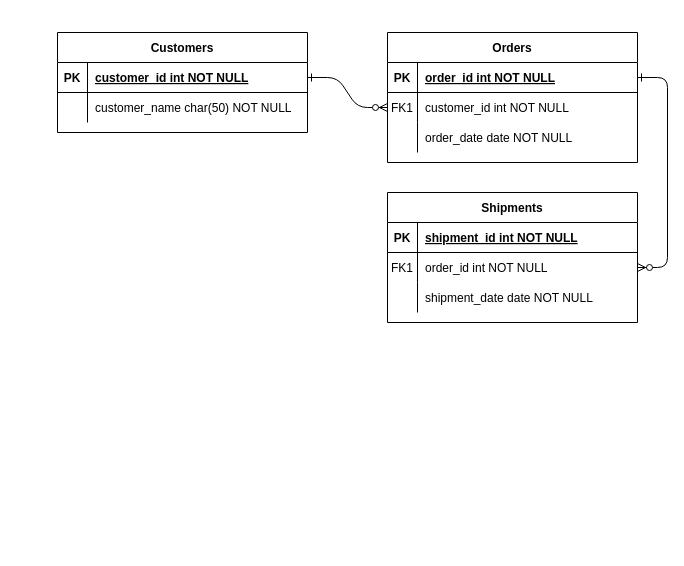
Before: domain_model.drawio in DAT250-Project-Groups-12-H2020/app-prototype, a draw.io diagram. Source tidied: cells renumbered, new cells numbered last; positions are measured from the earlier drawing's top-left corner, leaving out a move shared by most shapes. Both pictures are drawn from the tidied source at 100%, with x=0, y=0 at pixel (57, 32).
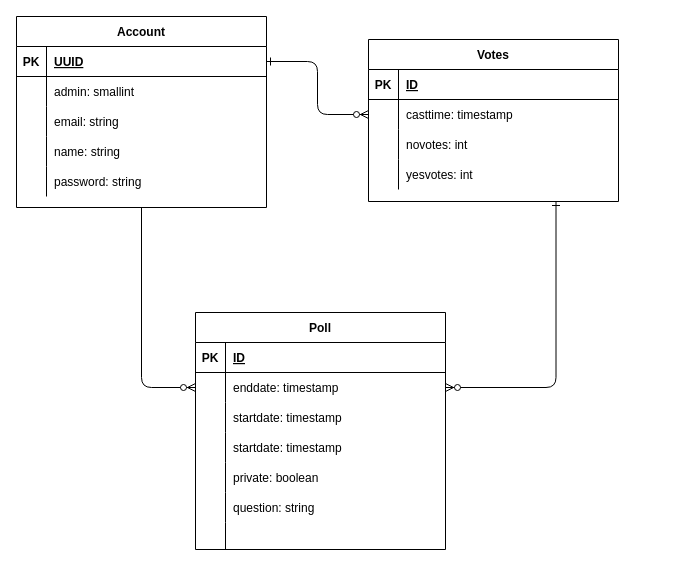
After the change.

The change refers to these unchanged cells:
```xml
<mxCell id="5" style="shape=partialRectangle;fillColor=none;points=[[0,0.5],[1,0.5]];portConstraint=eastwest;top=0;left=0;right=0;bottom=1;" parent="4" vertex="1">
  <mxGeometry y="30" width="250" height="30" as="geometry" />
</mxCell>
<mxCell id="8" style="shape=partialRectangle;fillColor=none;points=[[0,0.5],[1,0.5]];portConstraint=eastwest;top=0;left=0;right=0;bottom=0;" parent="4" vertex="1">
  <mxGeometry y="60" width="250" height="30" as="geometry" />
</mxCell>
<mxCell id="11" style="shape=partialRectangle;fillColor=none;top=0;left=0;right=0;bottom=0;" parent="4" vertex="1">
  <mxGeometry y="90" width="250" height="30" as="geometry" />
</mxCell>
<mxCell id="25" style="shape=partialRectangle;fillColor=none;points=[[0,0.5],[1,0.5]];portConstraint=eastwest;top=0;left=0;right=0;bottom=1;" parent="24" vertex="1">
  <mxGeometry y="30" width="250" height="30" as="geometry" />
</mxCell>
<mxCell id="28" style="shape=partialRectangle;fillColor=none;top=0;left=0;right=0;bottom=0;" parent="24" vertex="1">
  <mxGeometry y="60" width="250" height="30" as="geometry" />
</mxCell>
```

The edit, as a diff of the source:
```diff
@@
-    <mxCell id="2" style="edgeStyle=entityRelationEdgeStyle;endArrow=ERzeroToMany;startArrow=ERone;endFill=1;startFill=0;" parent="1" edge="1" source="25" target="8">
+    <mxCell id="2" style="edgeStyle=orthogonalEdgeStyle;endArrow=ERzeroToMany;startArrow=ERone;endFill=1;startFill=0;" parent="1" edge="1" source="25" target="8">
       <mxGeometry relative="1" as="geometry" />
     </mxCell>
-    <mxCell id="3" style="edgeStyle=entityRelationEdgeStyle;endArrow=ERzeroToMany;startArrow=ERone;endFill=1;startFill=0;" parent="1" edge="1" source="5" target="18">
+    <mxCell id="3" style="edgeStyle=orthogonalEdgeStyle;endArrow=ERzeroToMany;startArrow=ERone;endFill=1;startFill=0;exitX=0.75;exitY=1;exitDx=0;exitDy=0;" parent="1" edge="1" source="4" target="18">
       <mxGeometry relative="1" as="geometry" />
     </mxCell>
+    <mxCell id="31" style="fontSize=12;html=1;endArrow=ERzeroToMany;endFill=1;entryX=0;entryY=0.5;entryDx=0;entryDy=0;exitX=0.5;exitY=1;exitDx=0;exitDy=0;edgeStyle=orthogonalEdgeStyle;elbow=vertical;" parent="1" edge="1" source="24" target="18">
+      <mxGeometry relative="1" as="geometry" />
+    </mxCell>
+    <mxCell id="14" value="Poll" style="shape=table;startSize=30;childLayout=tableLayout;rowLines=0;fontStyle=1;align=center;" parent="1" vertex="1">
+      <mxGeometry x="138" y="280" width="250" height="237" as="geometry" />
+    </mxCell>
+    <mxCell id="15" style="shape=partialRectangle;fillColor=none;top=0;left=0;right=0;bottom=1;" parent="14" vertex="1">
+      <mxGeometry y="30" width="250" height="30" as="geometry" />
+    </mxCell>
+    <mxCell id="16" value="PK" style="shape=partialRectangle;overflow=hidden;fillColor=none;top=0;left=0;bottom=0;right=0;fontStyle=1;" parent="15" vertex="1">
+      <mxGeometry width="30" height="30" as="geometry" />
+    </mxCell>
+    <mxCell id="17" value="ID" style="shape=partialRectangle;overflow=hidden;fillColor=none;top=0;left=0;bottom=0;right=0;align=left;spacingLeft=6;fontStyle=5;" parent="15" vertex="1">
+      <mxGeometry x="30" width="220" height="30" as="geometry" />
+    </mxCell>
+    <mxCell id="18" style="shape=partialRectangle;fillColor=none;points=[[0,0.5],[1,0.5]];portConstraint=eastwest;top=0;left=0;right=0;bottom=0;" parent="14" vertex="1">
+      <mxGeometry y="60" width="250" height="30" as="geometry" />
+    </mxCell>
+    <mxCell id="19" style="shape=partialRectangle;overflow=hidden;fillColor=none;top=0;left=0;bottom=0;right=0;" parent="18" vertex="1">
+      <mxGeometry width="30" height="30" as="geometry" />
+    </mxCell>
+    <mxCell id="20" value="enddate: timestamp" style="shape=partialRectangle;overflow=hidden;fillColor=none;top=0;left=0;bottom=0;right=0;align=left;spacingLeft=6;" parent="18" vertex="1">
+      <mxGeometry x="30" width="220" height="30" as="geometry" />
+    </mxCell>
+    <mxCell id="32" style="shape=partialRectangle;fillColor=none;top=0;left=0;right=0;bottom=0;" parent="14" vertex="1">
+      <mxGeometry y="90" width="250" height="30" as="geometry" />
+    </mxCell>
+    <mxCell id="33" style="shape=partialRectangle;overflow=hidden;fillColor=none;top=0;left=0;bottom=0;right=0;" parent="32" vertex="1">
+      <mxGeometry width="30" height="30" as="geometry" />
+    </mxCell>
+    <mxCell id="34" value="startdate: timestamp" style="shape=partialRectangle;overflow=hidden;fillColor=none;top=0;left=0;bottom=0;right=0;align=left;spacingLeft=6;" parent="32" vertex="1">
+      <mxGeometry x="30" width="220" height="30" as="geometry" />
+    </mxCell>
+    <mxCell id="21" style="shape=partialRectangle;fillColor=none;top=0;left=0;right=0;bottom=0;" parent="14" vertex="1">
+      <mxGeometry y="120" width="250" height="30" as="geometry" />
+    </mxCell>
+    <mxCell id="22" style="shape=partialRectangle;overflow=hidden;fillColor=none;top=0;left=0;bottom=0;right=0;" parent="21" vertex="1">
+      <mxGeometry width="30" height="30" as="geometry" />
+    </mxCell>
+    <mxCell id="23" value="startdate: timestamp" style="shape=partialRectangle;overflow=hidden;fillColor=none;top=0;left=0;bottom=0;right=0;align=left;spacingLeft=6;" parent="21" vertex="1">
+      <mxGeometry x="30" width="220" height="30" as="geometry" />
+    </mxCell>
+    <mxCell id="35" style="shape=partialRectangle;fillColor=none;top=0;left=0;right=0;bottom=0;" parent="14" vertex="1">
+      <mxGeometry y="150" width="250" height="30" as="geometry" />
+    </mxCell>
+    <mxCell id="36" style="shape=partialRectangle;overflow=hidden;fillColor=none;top=0;left=0;bottom=0;right=0;" parent="35" vertex="1">
+      <mxGeometry width="30" height="30" as="geometry" />
+    </mxCell>
+    <mxCell id="37" value="private: boolean" style="shape=partialRectangle;overflow=hidden;fillColor=none;top=0;left=0;bottom=0;right=0;align=left;spacingLeft=6;" parent="35" vertex="1">
+      <mxGeometry x="30" width="220" height="30" as="geometry" />
+    </mxCell>
+    <mxCell id="38" style="shape=partialRectangle;fillColor=none;top=0;left=0;right=0;bottom=0;" parent="14" vertex="1">
+      <mxGeometry y="180" width="250" height="30" as="geometry" />
+    </mxCell>
+    <mxCell id="39" style="shape=partialRectangle;overflow=hidden;fillColor=none;top=0;left=0;bottom=0;right=0;" parent="38" vertex="1">
+      <mxGeometry width="30" height="30" as="geometry" />
+    </mxCell>
+    <mxCell id="40" value="question: string" style="shape=partialRectangle;overflow=hidden;fillColor=none;top=0;left=0;bottom=0;right=0;align=left;spacingLeft=6;" parent="38" vertex="1">
+      <mxGeometry x="30" width="220" height="30" as="geometry" />
+    </mxCell>
+    <mxCell id="41" style="shape=partialRectangle;fillColor=none;top=0;left=0;right=0;bottom=0;" parent="14" vertex="1">
+      <mxGeometry y="210" width="250" height="27" as="geometry" />
+    </mxCell>
+    <mxCell id="42" style="shape=partialRectangle;overflow=hidden;fillColor=none;top=0;left=0;bottom=0;right=0;" parent="41" vertex="1">
+      <mxGeometry width="30" height="27" as="geometry" />
+    </mxCell>
+    <mxCell id="43" style="shape=partialRectangle;overflow=hidden;fillColor=none;top=0;left=0;bottom=0;right=0;align=left;spacingLeft=6;" parent="41" vertex="1">
+      <mxGeometry x="30" width="220" height="27" as="geometry" />
+    </mxCell>
-    <mxCell id="4" value="Orders" style="shape=table;startSize=30;childLayout=tableLayout;rowLines=0;fontStyle=1;align=center;" parent="1" vertex="1">
-      <mxGeometry x="330" width="250" height="130" as="geometry" />
+    <mxCell id="4" value="Votes" style="shape=table;startSize=30;childLayout=tableLayout;rowLines=0;fontStyle=1;align=center;" parent="1" vertex="1">
+      <mxGeometry x="311" y="7" width="250" height="162" as="geometry" />
     </mxCell>
@@
-    <mxCell id="7" value="order_id int NOT NULL " style="shape=partialRectangle;overflow=hidden;fillColor=none;top=0;left=0;bottom=0;right=0;align=left;spacingLeft=6;fontStyle=5;" parent="5" vertex="1">
+    <mxCell id="7" value="ID" style="shape=partialRectangle;overflow=hidden;fillColor=none;top=0;left=0;bottom=0;right=0;align=left;spacingLeft=6;fontStyle=5;" parent="5" vertex="1">
       <mxGeometry x="30" width="220" height="30" as="geometry" />
     </mxCell>
@@
-    <mxCell id="9" value="FK1" style="shape=partialRectangle;overflow=hidden;fillColor=none;top=0;left=0;bottom=0;right=0;" parent="8" vertex="1">
+    <mxCell id="9" style="shape=partialRectangle;overflow=hidden;fillColor=none;top=0;left=0;bottom=0;right=0;" parent="8" vertex="1">
       <mxGeometry width="30" height="30" as="geometry" />
     </mxCell>
-    <mxCell id="10" value="customer_id int NOT NULL" style="shape=partialRectangle;overflow=hidden;fillColor=none;top=0;left=0;bottom=0;right=0;align=left;spacingLeft=6;" parent="8" vertex="1">
+    <mxCell id="10" value="casttime: timestamp" style="shape=partialRectangle;overflow=hidden;fillColor=none;top=0;left=0;bottom=0;right=0;align=left;spacingLeft=6;" parent="8" vertex="1">
       <mxGeometry x="30" width="220" height="30" as="geometry" />
     </mxCell>
@@
-    <mxCell id="13" value="order_date date NOT NULL" style="shape=partialRectangle;overflow=hidden;fillColor=none;top=0;left=0;bottom=0;right=0;align=left;spacingLeft=6;" parent="11" vertex="1">
+    <mxCell id="13" value="novotes: int" style="shape=partialRectangle;overflow=hidden;fillColor=none;top=0;left=0;bottom=0;right=0;align=left;spacingLeft=6;" parent="11" vertex="1">
       <mxGeometry x="30" width="220" height="30" as="geometry" />
     </mxCell>
-    <mxCell id="14" value="Shipments" style="shape=table;startSize=30;childLayout=tableLayout;rowLines=0;fontStyle=1;align=center;" parent="1" vertex="1">
-      <mxGeometry x="330" y="160" width="250" height="130" as="geometry" />
-    </mxCell>
-    <mxCell id="15" style="shape=partialRectangle;fillColor=none;top=0;left=0;right=0;bottom=1;" parent="14" vertex="1">
-      <mxGeometry y="30" width="250" height="30" as="geometry" />
-    </mxCell>
-    <mxCell id="16" value="PK" style="shape=partialRectangle;overflow=hidden;fillColor=none;top=0;left=0;bottom=0;right=0;fontStyle=1;" parent="15" vertex="1">
-      <mxGeometry width="30" height="30" as="geometry" />
-    </mxCell>
-    <mxCell id="17" value="shipment_id int NOT NULL " style="shape=partialRectangle;overflow=hidden;fillColor=none;top=0;left=0;bottom=0;right=0;align=left;spacingLeft=6;fontStyle=5;" parent="15" vertex="1">
-      <mxGeometry x="30" width="220" height="30" as="geometry" />
-    </mxCell>
-    <mxCell id="18" style="shape=partialRectangle;fillColor=none;points=[[0,0.5],[1,0.5]];portConstraint=eastwest;top=0;left=0;right=0;bottom=0;" parent="14" vertex="1">
-      <mxGeometry y="60" width="250" height="30" as="geometry" />
-    </mxCell>
-    <mxCell id="19" value="FK1" style="shape=partialRectangle;overflow=hidden;fillColor=none;top=0;left=0;bottom=0;right=0;" parent="18" vertex="1">
-      <mxGeometry width="30" height="30" as="geometry" />
-    </mxCell>
-    <mxCell id="20" value="order_id int NOT NULL" style="shape=partialRectangle;overflow=hidden;fillColor=none;top=0;left=0;bottom=0;right=0;align=left;spacingLeft=6;" parent="18" vertex="1">
-      <mxGeometry x="30" width="220" height="30" as="geometry" />
-    </mxCell>
-    <mxCell id="21" style="shape=partialRectangle;fillColor=none;top=0;left=0;right=0;bottom=0;" parent="14" vertex="1">
-      <mxGeometry y="90" width="250" height="30" as="geometry" />
-    </mxCell>
-    <mxCell id="22" style="shape=partialRectangle;overflow=hidden;fillColor=none;top=0;left=0;bottom=0;right=0;" parent="21" vertex="1">
-      <mxGeometry width="30" height="30" as="geometry" />
-    </mxCell>
-    <mxCell id="23" value="shipment_date date NOT NULL" style="shape=partialRectangle;overflow=hidden;fillColor=none;top=0;left=0;bottom=0;right=0;align=left;spacingLeft=6;" parent="21" vertex="1">
-      <mxGeometry x="30" width="220" height="30" as="geometry" />
-    </mxCell>
+    <mxCell id="44" style="shape=partialRectangle;fillColor=none;top=0;left=0;right=0;bottom=0;" parent="4" vertex="1">
+      <mxGeometry y="120" width="250" height="30" as="geometry" />
+    </mxCell>
+    <mxCell id="45" style="shape=partialRectangle;overflow=hidden;fillColor=none;top=0;left=0;bottom=0;right=0;" parent="44" vertex="1">
+      <mxGeometry width="30" height="30" as="geometry" />
+    </mxCell>
+    <mxCell id="46" value="yesvotes: int" style="shape=partialRectangle;overflow=hidden;fillColor=none;top=0;left=0;bottom=0;right=0;align=left;spacingLeft=6;" parent="44" vertex="1">
+      <mxGeometry x="30" width="220" height="30" as="geometry" />
+    </mxCell>
-    <mxCell id="24" value="Customers" style="shape=table;startSize=30;childLayout=tableLayout;rowLines=0;fontStyle=1;align=center;" parent="1" vertex="1">
-      <mxGeometry width="250" height="100" as="geometry" />
+    <mxCell id="24" value="Account" style="shape=table;startSize=30;childLayout=tableLayout;rowLines=0;fontStyle=1;align=center;" parent="1" vertex="1">
+      <mxGeometry x="-41" y="-16" width="250" height="191" as="geometry" />
     </mxCell>
@@
-    <mxCell id="27" value="customer_id int NOT NULL " style="shape=partialRectangle;overflow=hidden;fillColor=none;top=0;left=0;bottom=0;right=0;align=left;spacingLeft=6;fontStyle=5;" parent="25" vertex="1">
+    <mxCell id="27" value="UUID" style="shape=partialRectangle;overflow=hidden;fillColor=none;top=0;left=0;bottom=0;right=0;align=left;spacingLeft=6;fontStyle=5;" parent="25" vertex="1">
       <mxGeometry x="30" width="220" height="30" as="geometry" />
     </mxCell>
@@
-    <mxCell id="30" value="customer_name char(50) NOT NULL" style="shape=partialRectangle;overflow=hidden;fillColor=none;top=0;left=0;bottom=0;right=0;align=left;spacingLeft=6;" parent="28" vertex="1">
+    <mxCell id="30" value="admin: smallint" style="shape=partialRectangle;overflow=hidden;fillColor=none;top=0;left=0;bottom=0;right=0;align=left;spacingLeft=6;" parent="28" vertex="1">
       <mxGeometry x="30" width="220" height="30" as="geometry" />
     </mxCell>
+    <mxCell id="47" style="shape=partialRectangle;fillColor=none;top=0;left=0;right=0;bottom=0;" parent="24" vertex="1">
+      <mxGeometry y="90" width="250" height="30" as="geometry" />
+    </mxCell>
+    <mxCell id="48" style="shape=partialRectangle;overflow=hidden;fillColor=none;top=0;left=0;bottom=0;right=0;" parent="47" vertex="1">
+      <mxGeometry width="30" height="30" as="geometry" />
+    </mxCell>
+    <mxCell id="49" value="email: string" style="shape=partialRectangle;overflow=hidden;fillColor=none;top=0;left=0;bottom=0;right=0;align=left;spacingLeft=6;" parent="47" vertex="1">
+      <mxGeometry x="30" width="220" height="30" as="geometry" />
+    </mxCell>
+    <mxCell id="50" style="shape=partialRectangle;fillColor=none;top=0;left=0;right=0;bottom=0;" parent="24" vertex="1">
+      <mxGeometry y="120" width="250" height="30" as="geometry" />
+    </mxCell>
+    <mxCell id="51" style="shape=partialRectangle;overflow=hidden;fillColor=none;top=0;left=0;bottom=0;right=0;" parent="50" vertex="1">
+      <mxGeometry width="30" height="30" as="geometry" />
+    </mxCell>
+    <mxCell id="52" value="name: string" style="shape=partialRectangle;overflow=hidden;fillColor=none;top=0;left=0;bottom=0;right=0;align=left;spacingLeft=6;" parent="50" vertex="1">
+      <mxGeometry x="30" width="220" height="30" as="geometry" />
+    </mxCell>
+    <mxCell id="53" style="shape=partialRectangle;fillColor=none;top=0;left=0;right=0;bottom=0;" parent="24" vertex="1">
+      <mxGeometry y="150" width="250" height="30" as="geometry" />
+    </mxCell>
+    <mxCell id="54" style="shape=partialRectangle;overflow=hidden;fillColor=none;top=0;left=0;bottom=0;right=0;" parent="53" vertex="1">
+      <mxGeometry width="30" height="30" as="geometry" />
+    </mxCell>
+    <mxCell id="55" value="password: string" style="shape=partialRectangle;overflow=hidden;fillColor=none;top=0;left=0;bottom=0;right=0;align=left;spacingLeft=6;" parent="53" vertex="1">
+      <mxGeometry x="30" width="220" height="30" as="geometry" />
+    </mxCell>
```
